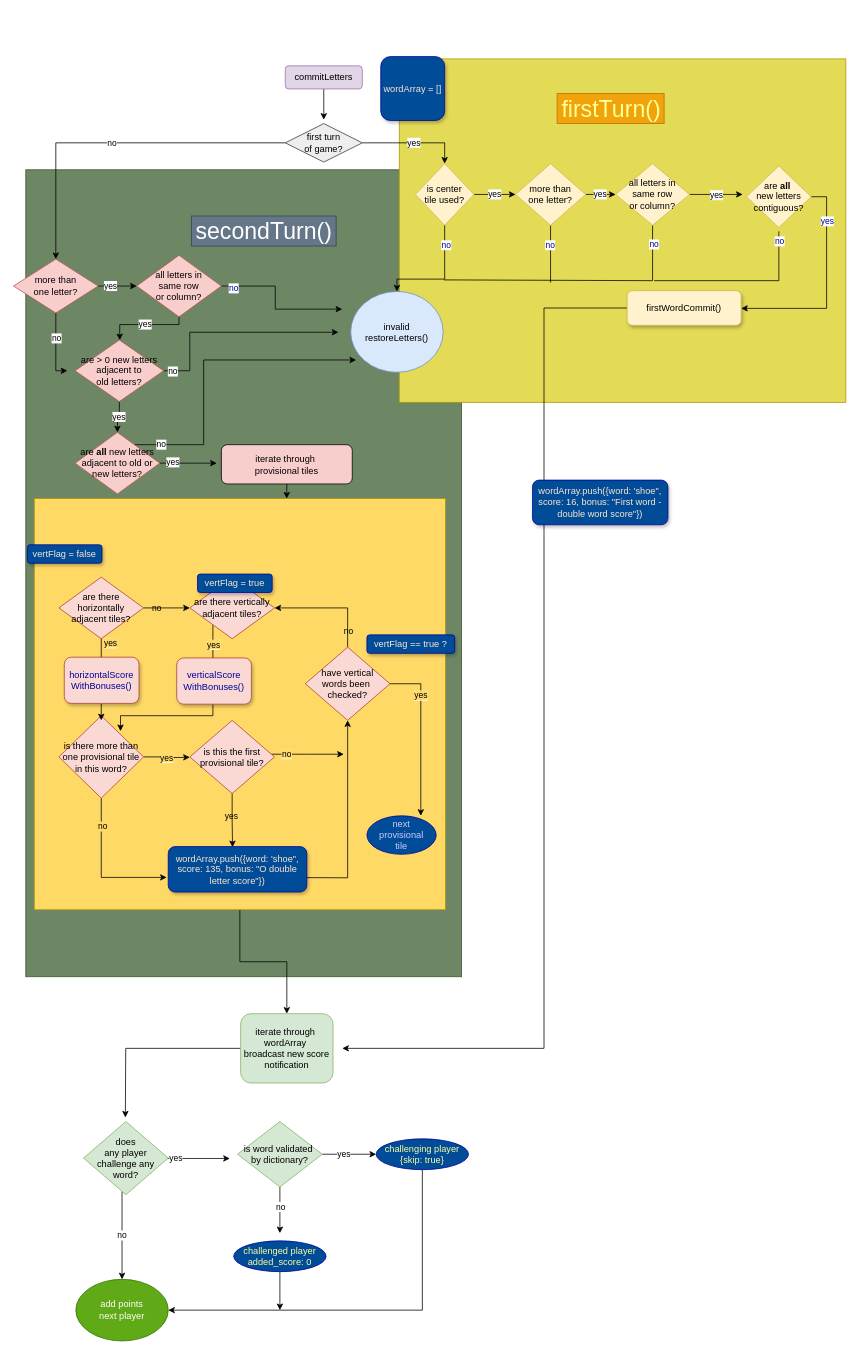
This is scrooble_scoring.drawio from davebenjoya/scrooble, a draw.io file, before an edit. Source tidied: cells renumbered, new cells numbered last; positions are measured from the earlier drawing's top-left corner, leaving out a move shared by most shapes. Both pictures are drawn from the tidied source at 77%, with x=0, y=0 at pixel (13, 56).
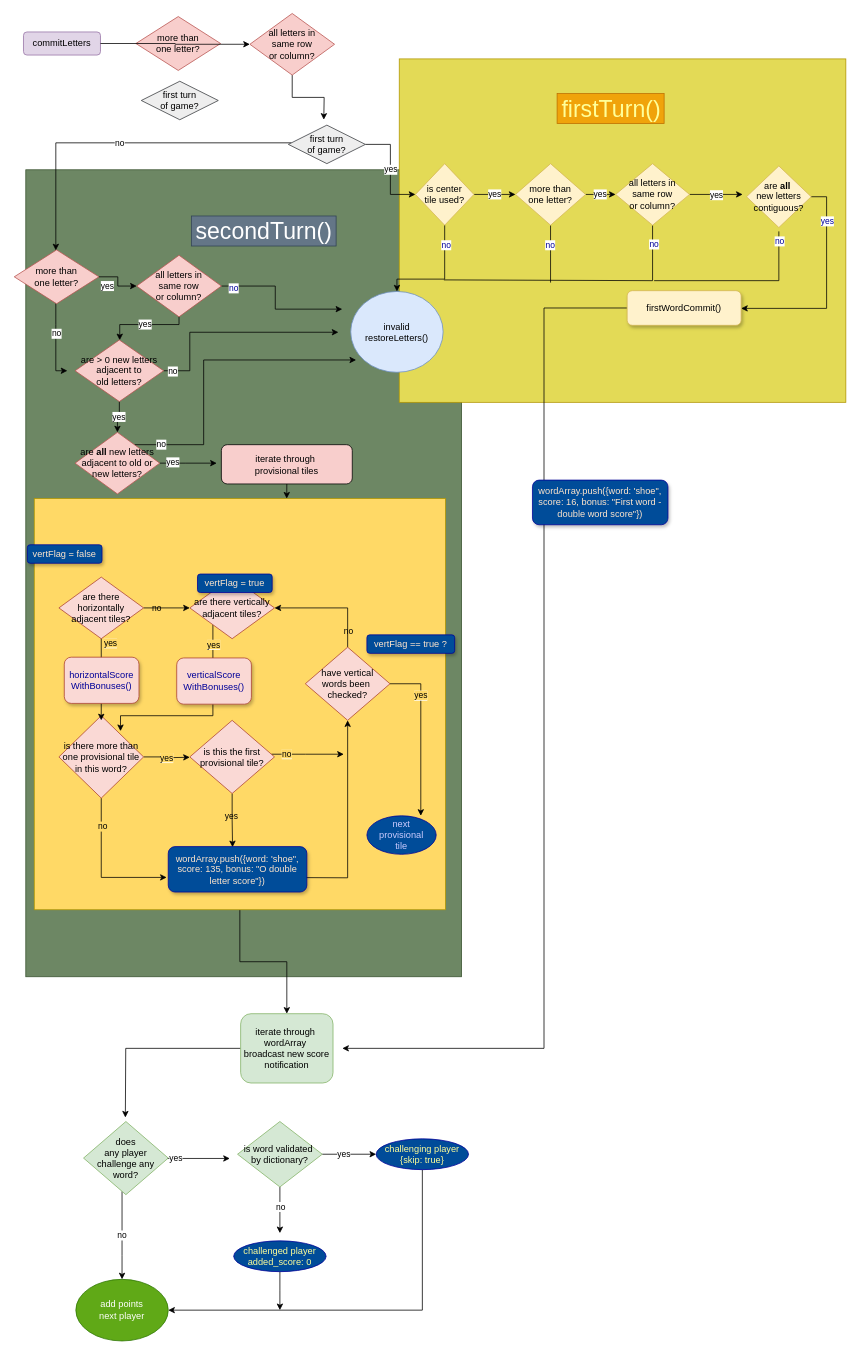
Above is the later version.

What changed in the source:
```diff
@@
     <mxCell id="10" value="more than &lt;br&gt;one letter?" style="rhombus;whiteSpace=wrap;html=1;fillColor=#f8cecc;strokeColor=#b85450;" parent="1" vertex="1">
-      <mxGeometry y="263" width="110" height="70" as="geometry" />
+      <mxGeometry x="1" y="251" width="110" height="70" as="geometry" />
     </mxCell>
@@
     <mxCell id="23" value="first turn&lt;br&gt;of game?" style="rhombus;whiteSpace=wrap;html=1;fillColor=#eeeeee;strokeColor=#36393d;" parent="1" vertex="1">
-      <mxGeometry x="353" y="87" width="100" height="50" as="geometry" />
+      <mxGeometry x="357" y="89" width="100" height="50" as="geometry" />
     </mxCell>
@@
-    <mxCell id="80" style="edgeStyle=orthogonalEdgeStyle;rounded=0;jettySize=auto;html=1;endArrow=classic;endFill=1;fillColor=#00FFFF;gradientColor=#9933FF;" parent="1" edge="1" source="81">
+    <mxCell id="80" style="edgeStyle=orthogonalEdgeStyle;rounded=0;jettySize=auto;html=1;endArrow=classic;endFill=1;fillColor=#00FFFF;gradientColor=#9933FF;" parent="1" edge="1" source="102">
       <mxGeometry relative="1" as="geometry">
         <mxPoint x="403" y="82" as="targetPoint" />
       </mxGeometry>
     </mxCell>
     <mxCell id="81" value="commitLetters" style="rounded=1;whiteSpace=wrap;html=1;fillColor=#e1d5e7;strokeColor=#9673a6;" parent="1" vertex="1">
-      <mxGeometry x="353" y="12" width="100" height="30" as="geometry" />
+      <mxGeometry x="13" y="-32" width="100" height="30" as="geometry" />
     </mxCell>
@@
-    <mxCell id="89" value="&lt;font color=&quot;#ffe6cc&quot;&gt;wordArray = []&lt;/font&gt;" style="whiteSpace=wrap;html=1;rounded=1;shadow=1;glass=0;sketch=0;strokeColor=#000099;fillColor=#004C99;" parent="1" vertex="1">
-      <mxGeometry x="477" width="83" height="83" as="geometry" />
-    </mxCell>
@@
+    <mxCell id="101" value="more than &lt;br&gt;one letter?" style="rhombus;whiteSpace=wrap;html=1;fillColor=#f8cecc;strokeColor=#b85450;" parent="1" vertex="1">
+      <mxGeometry x="159" y="-52" width="110" height="70" as="geometry" />
+    </mxCell>
+    <mxCell id="102" value="all letters in &lt;br&gt;same row &lt;br&gt;or column?" style="rhombus;whiteSpace=wrap;html=1;fillColor=#f8cecc;strokeColor=#b85450;" parent="1" vertex="1">
+      <mxGeometry x="307" y="-56" width="110" height="80" as="geometry" />
+    </mxCell>
+    <mxCell id="103" style="edgeStyle=orthogonalEdgeStyle;rounded=0;jettySize=auto;html=1;endArrow=classic;endFill=1;fillColor=#00FFFF;gradientColor=#9933FF;" parent="1" edge="1" source="81" target="102">
+      <mxGeometry relative="1" as="geometry" />
+    </mxCell>
+    <mxCell id="104" value="first turn&lt;br&gt;of game?" style="rhombus;whiteSpace=wrap;html=1;fillColor=#eeeeee;strokeColor=#36393d;" parent="1" vertex="1">
+      <mxGeometry x="166" y="32" width="100" height="50" as="geometry" />
+    </mxCell>
```
